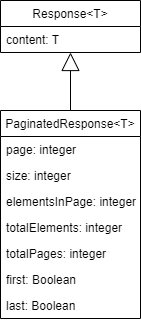
Before: .gitbook/assets/model_pagination_response.drawio.png, a diagram exported from draw.io (Bernardo-MG/development-docs-architecture). Source tidied: cells renumbered, new cells last; positions are measured from the earlier drawing's top-left corner, leaving out a move shared by most shapes.
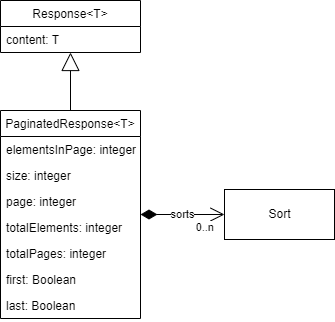
Above is the later version.

Change to the diagram source:
```diff
@@ -11,15 +11,15 @@
     <mxCell id="4" value="PaginatedResponse&lt;T&gt;" style="swimlane;fontStyle=0;horizontal=1;startSize=26;fillColor=none;" parent="1" vertex="1">
       <mxGeometry y="110" width="140" height="208" as="geometry" />
     </mxCell>
+    <mxCell id="7" value="elementsInPage: integer" style="text;strokeColor=none;fillColor=none;align=left;verticalAlign=top;spacingLeft=4;spacingRight=4;overflow=hidden;" parent="4" vertex="1">
+      <mxGeometry y="26" width="140" height="26" as="geometry" />
+    </mxCell>
+    <mxCell id="6" value="size: integer" style="text;strokeColor=none;fillColor=none;align=left;verticalAlign=top;spacingLeft=4;spacingRight=4;overflow=hidden;" parent="4" vertex="1">
+      <mxGeometry y="52" width="140" height="26" as="geometry" />
+    </mxCell>
     <mxCell id="5" value="page: integer" style="text;strokeColor=none;fillColor=none;align=left;verticalAlign=top;spacingLeft=4;spacingRight=4;overflow=hidden;" parent="4" vertex="1">
-      <mxGeometry y="26" width="140" height="26" as="geometry" />
+      <mxGeometry y="78" width="140" height="26" as="geometry" />
     </mxCell>
-    <mxCell id="6" value="size: integer" style="text;strokeColor=none;fillColor=none;align=left;verticalAlign=top;spacingLeft=4;spacingRight=4;overflow=hidden;" parent="4" vertex="1">
-      <mxGeometry y="52" width="140" height="26" as="geometry" />
-    </mxCell>
-    <mxCell id="7" value="elementsInPage: integer" style="text;strokeColor=none;fillColor=none;align=left;verticalAlign=top;spacingLeft=4;spacingRight=4;overflow=hidden;" parent="4" vertex="1">
-      <mxGeometry y="78" width="140" height="26" as="geometry" />
-    </mxCell>
     <mxCell id="8" value="totalElements: integer" style="text;strokeColor=none;fillColor=none;align=left;verticalAlign=top;spacingLeft=4;spacingRight=4;overflow=hidden;" parent="4" vertex="1">
       <mxGeometry y="104" width="140" height="26" as="geometry" />
     </mxCell>
@@ -35,5 +35,16 @@
     <mxCell id="12" style="endArrow=block;endSize=16;endFill=0;html=1;rounded=0;exitX=0.5;exitY=0;exitDx=0;exitDy=0;entryX=0.5;entryY=1;entryDx=0;entryDy=0;" parent="1" edge="1" source="4" target="2">
       <mxGeometry relative="1" as="geometry" />
     </mxCell>
+    <mxCell id="13" value="Sort" style="html=1;" parent="1" vertex="1">
+      <mxGeometry x="224" y="189" width="110" height="50" as="geometry" />
+    </mxCell>
+    <mxCell id="14" value="sorts" style="endArrow=open;html=1;endSize=12;startArrow=diamondThin;startSize=14;startFill=1;edgeStyle=orthogonalEdgeStyle;rounded=0;exitX=1;exitY=0.5;exitDx=0;exitDy=0;entryX=0;entryY=0.5;entryDx=0;entryDy=0;" parent="1" edge="1" source="4" target="13">
+      <mxGeometry relative="1" as="geometry" />
+    </mxCell>
+    <mxCell id="15" value="0..n" style="edgeLabel;html=1;align=right;verticalAlign=top;" parent="14" vertex="1">
+      <mxGeometry x="1" relative="1" as="geometry">
+        <mxPoint x="-10" as="offset" />
+      </mxGeometry>
+    </mxCell>
   </root>
 </mxGraphModel>
```
